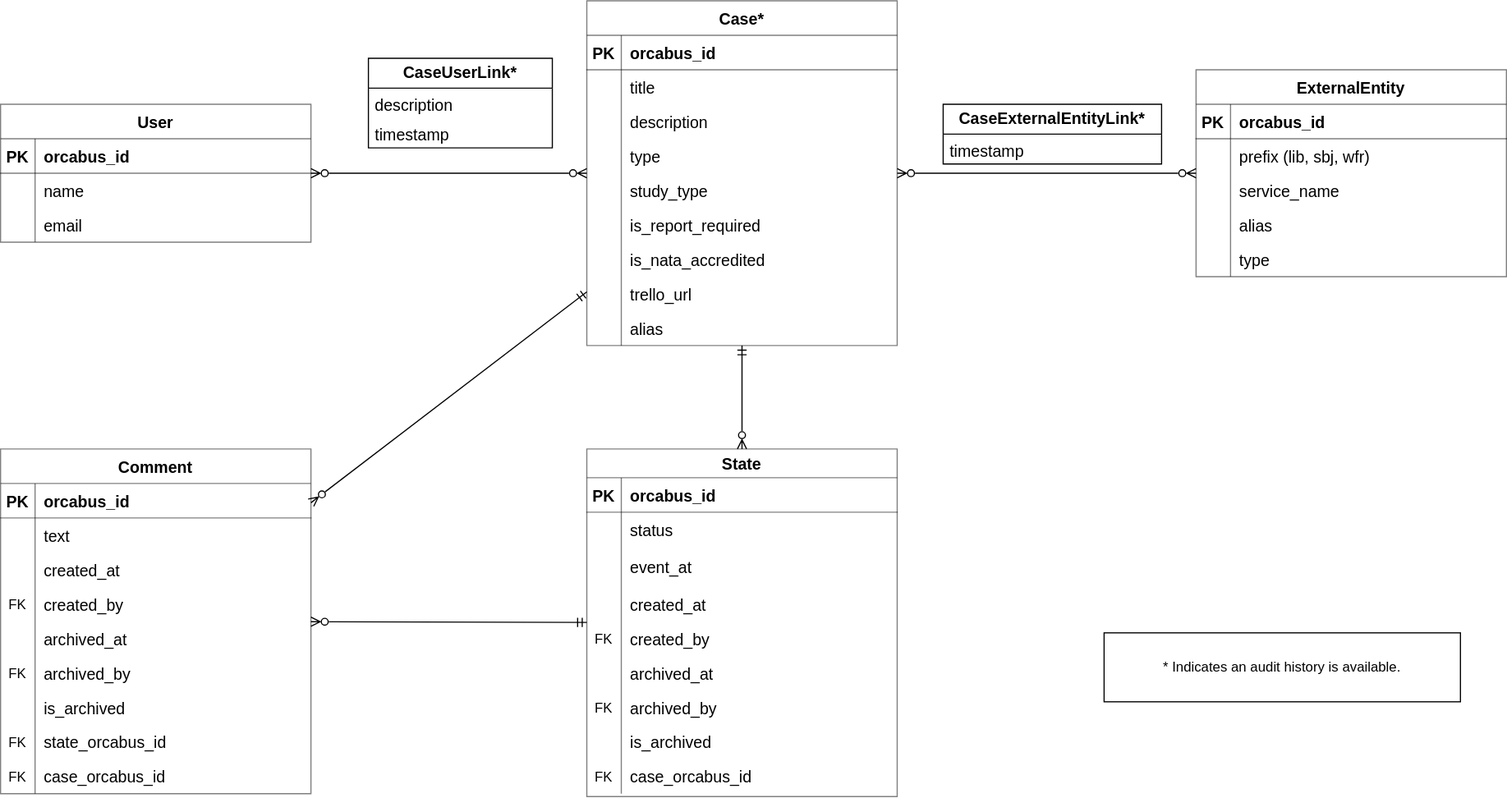
This is case-manager/docs/schema.drawio.svg from OrcaBus/service-case-manager, a draw.io export, as it was before one commit. Source tidied: cells renumbered, new cells last; positions are measured from the earlier drawing's top-left corner, leaving out a move shared by most shapes.
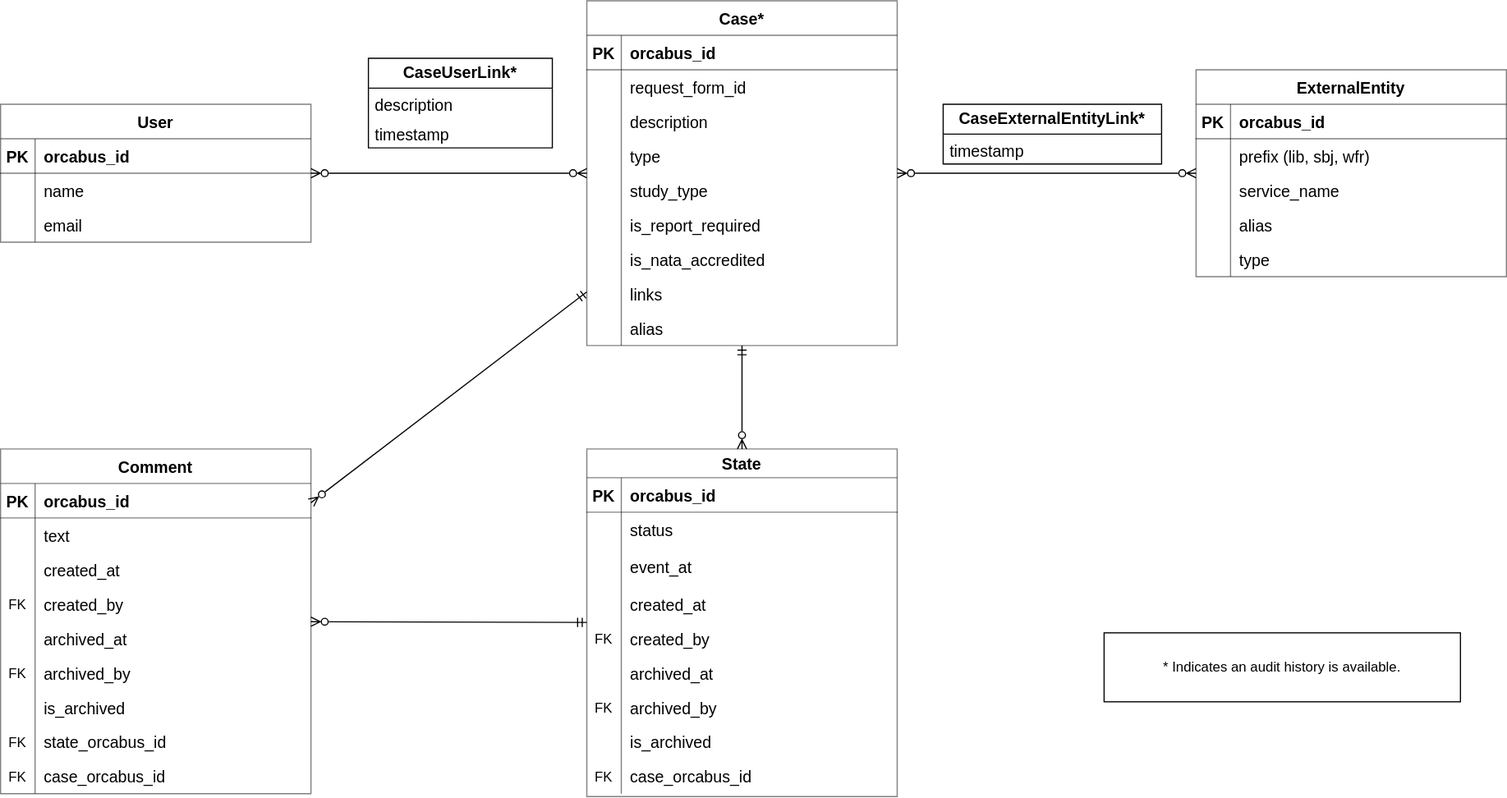
The same file after the commit.

Commit message:
another schema change

Diff of the diagram source:
```diff
@@ -20,7 +20,7 @@
     <mxCell id="7" style="shape=partialRectangle;fillColor=none;top=0;left=0;bottom=0;right=0;overflow=hidden;fontSize=14;opacity=50;" parent="6" vertex="1">
       <mxGeometry width="30" height="30" as="geometry" />
     </mxCell>
-    <mxCell id="8" value="title" style="shape=partialRectangle;fillColor=none;top=0;left=0;bottom=0;right=0;align=left;spacingLeft=6;overflow=hidden;fontSize=14;opacity=50;" parent="6" vertex="1">
+    <mxCell id="8" value="request_form_id" style="shape=partialRectangle;fillColor=none;top=0;left=0;bottom=0;right=0;align=left;spacingLeft=6;overflow=hidden;fontSize=14;opacity=50;" parent="6" vertex="1">
       <mxGeometry x="30" width="240" height="30" as="geometry" />
     </mxCell>
     <mxCell id="9" style="shape=tableRow;horizontal=0;startSize=0;swimlaneHead=0;swimlaneBody=0;fillColor=none;top=0;left=0;right=0;bottom=0;fontSize=14;opacity=50;" parent="2" vertex="1">
@@ -74,7 +74,7 @@
     <mxCell id="25" style="shape=partialRectangle;fillColor=none;top=0;left=0;bottom=0;right=0;overflow=hidden;fontSize=14;opacity=50;" parent="24" vertex="1">
       <mxGeometry width="30" height="30" as="geometry" />
     </mxCell>
-    <mxCell id="26" value="trello_url" style="shape=partialRectangle;fillColor=none;top=0;left=0;bottom=0;right=0;align=left;spacingLeft=6;overflow=hidden;fontSize=14;opacity=50;" parent="24" vertex="1">
+    <mxCell id="26" value="links" style="shape=partialRectangle;fillColor=none;top=0;left=0;bottom=0;right=0;align=left;spacingLeft=6;overflow=hidden;fontSize=14;opacity=50;" parent="24" vertex="1">
       <mxGeometry x="30" width="240" height="30" as="geometry" />
     </mxCell>
     <mxCell id="27" style="shape=tableRow;horizontal=0;startSize=0;swimlaneHead=0;swimlaneBody=0;fillColor=none;top=0;left=0;right=0;bottom=0;fontSize=14;opacity=50;" parent="2" vertex="1">
```
